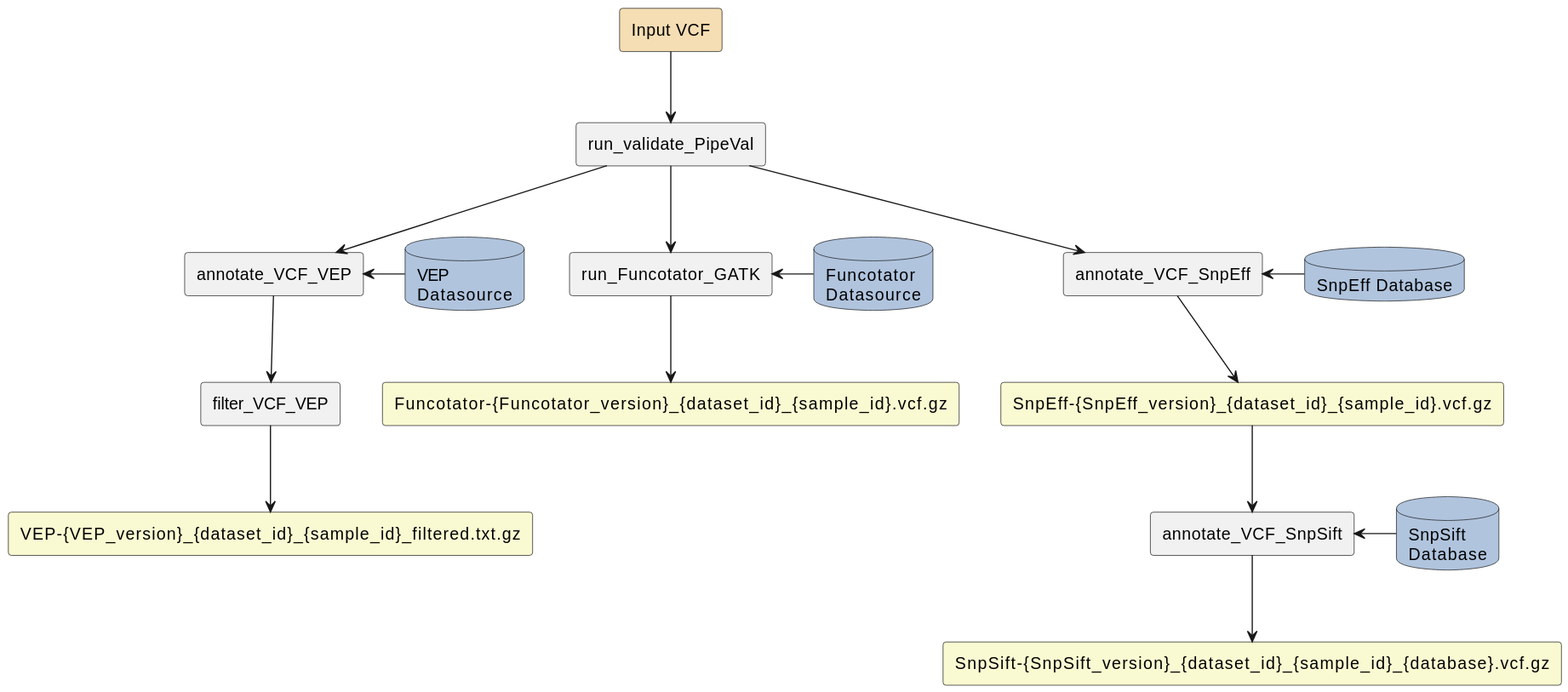
Earlier version of the PlantUML export docs/annotate-vcf-flow.svg (TheBoutrosLab/pipeline-annotate-VCF).
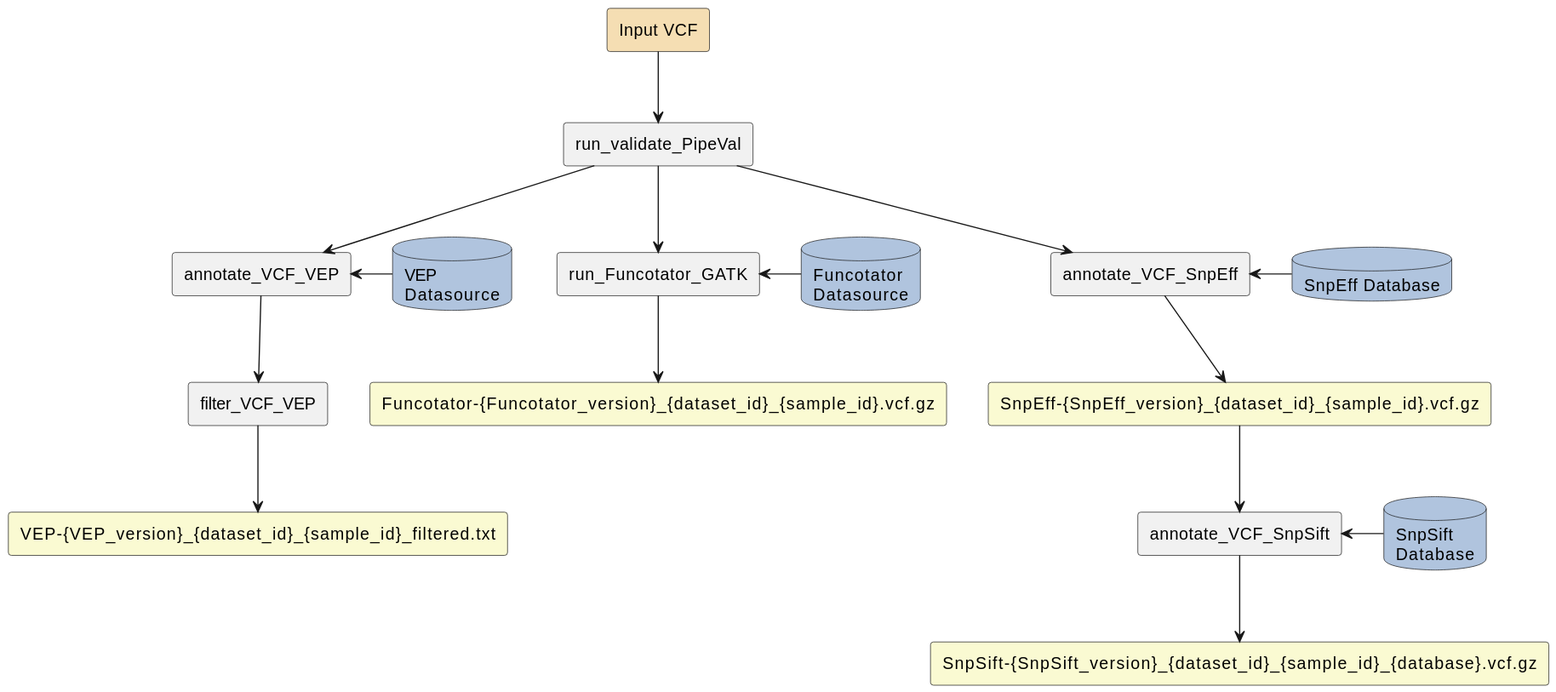
Above is the later version.

Change to the diagram source:
```diff
@@ -1,4 +1,5 @@
 @startuml
+
 skinparam database {
     BackgroundColor LightSteelBlue
 }
@@ -19,7 +20,7 @@
 rectangle "annotate_VCF_VEP" as VEP1
 database "VEP\nDatasource" as VEPDB
 rectangle "filter_VCF_VEP" as VEP2
-rectangle "VEP-{VEP_version}_{dataset_id}_{sample_id}_filtered.txt.gz" as VEPOutput #LightGoldenRodYellow
+rectangle "VEP-{VEP_version}_{dataset_id}_{sample_id}_filtered.txt" as VEPOutput #LightGoldenRodYellow
 
 InputVCF --> Validation
 Validation --> AnnotateSnpEff
```
